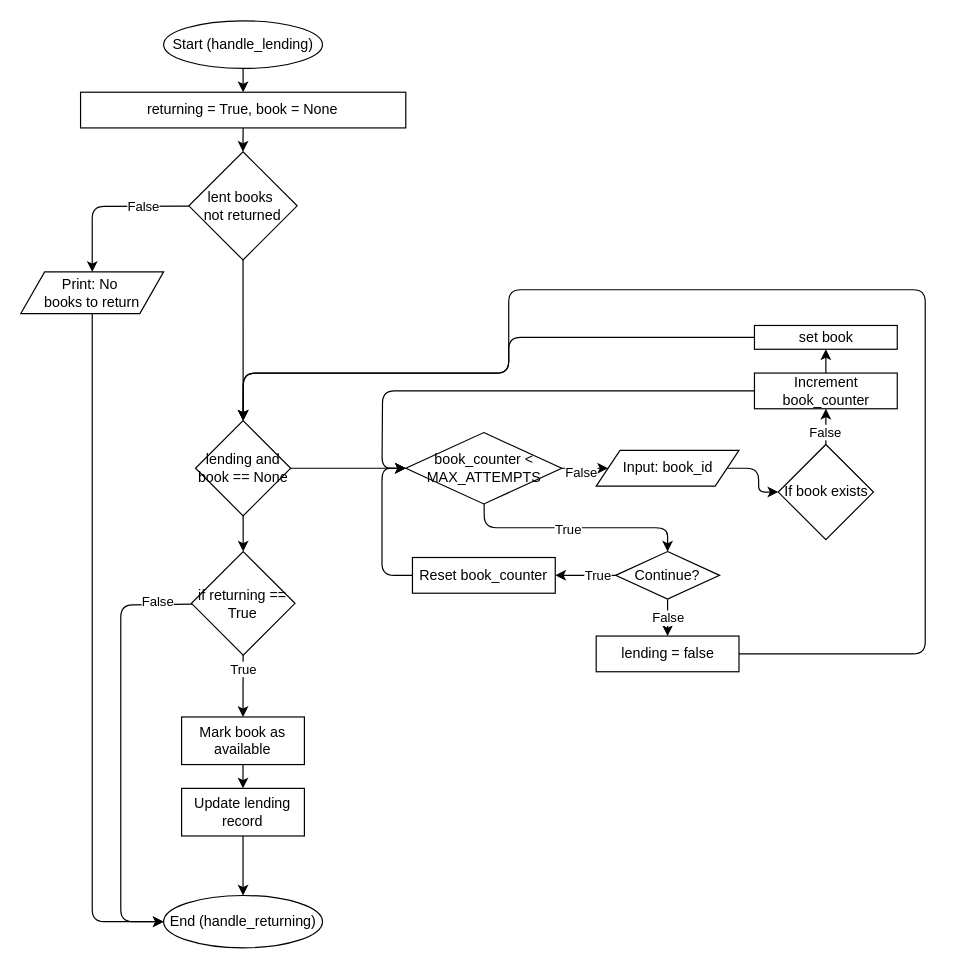
This is flowcharts/handle-returning.drawio from TSNMT727/LibrarySystem, a draw.io file, before an edit. Source tidied: cells renumbered, new cells numbered last; positions are measured from the earlier drawing's top-left corner, leaving out a move shared by most shapes. Both pictures are drawn from the tidied source at 119%, with x=0, y=0 at pixel (20, 20).
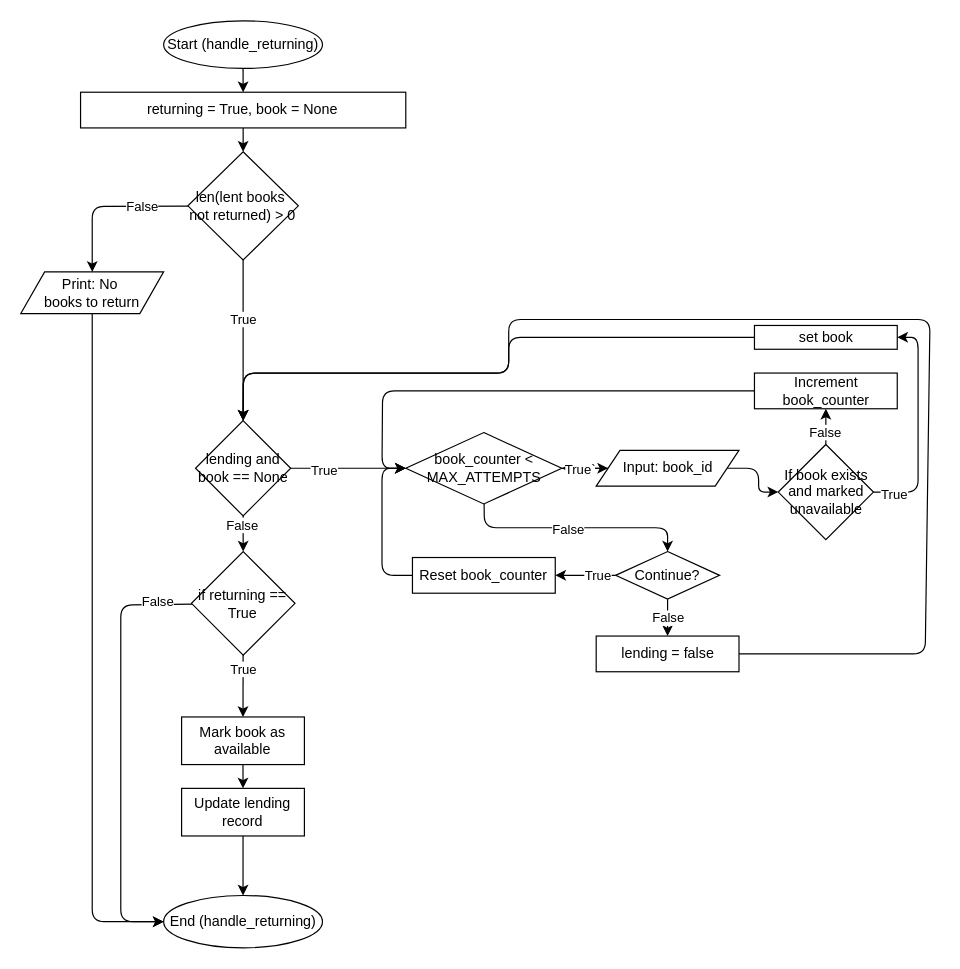
The same diagram, later.

Unchanged cells that the change refers to:
```xml
<mxCell id="9" value="Input: book_id" style="shape=parallelogram;perimeter=parallelogramPerimeter;whiteSpace=wrap;html=1;fixedSize=1;" parent="1" vertex="1">
  <mxGeometry x="483.5" y="361" width="120" height="30" as="geometry" />
</mxCell>
<mxCell id="12" style="edgeStyle=none;html=1;entryX=0;entryY=0.5;entryDx=0;entryDy=0;" parent="1" edge="1" source="16" target="9">
  <mxGeometry relative="1" as="geometry" />
</mxCell>
<mxCell id="14" style="edgeStyle=none;html=1;entryX=0.5;entryY=0;entryDx=0;entryDy=0;" parent="1" edge="1" source="16" target="38">
  <mxGeometry relative="1" as="geometry">
    <Array as="points">
      <mxPoint x="389.5" y="426" />
      <mxPoint x="543.5" y="426" />
    </Array>
  </mxGeometry>
</mxCell>
<mxCell id="16" value="book_counter &amp;lt; MAX_ATTEMPTS" style="rhombus;whiteSpace=wrap;html=1;" parent="1" vertex="1">
  <mxGeometry x="323.5" y="346" width="131.1" height="60" as="geometry" />
</mxCell>
<mxCell id="23" style="edgeStyle=none;html=1;entryX=0.5;entryY=0;entryDx=0;entryDy=0;" parent="1" edge="1" source="24" target="27">
  <mxGeometry relative="1" as="geometry" />
</mxCell>
<mxCell id="25" style="edgeStyle=none;html=1;entryX=0;entryY=0.5;entryDx=0;entryDy=0;" parent="1" edge="1" source="27" target="16">
  <mxGeometry relative="1" as="geometry" />
</mxCell>
<mxCell id="26" style="edgeStyle=none;html=1;" parent="1" edge="1" source="27" target="32">
  <mxGeometry relative="1" as="geometry" />
</mxCell>
<mxCell id="27" value="lending and book == None" style="rhombus;whiteSpace=wrap;html=1;" parent="1" vertex="1">
  <mxGeometry x="146.8" y="336" width="80" height="80" as="geometry" />
</mxCell>
<mxCell id="41" value="Increment book_counter" style="whiteSpace=wrap;html=1;" parent="1" vertex="1">
  <mxGeometry x="616.5" y="296" width="120" height="30" as="geometry" />
</mxCell>
<mxCell id="43" value="lending = false" style="whiteSpace=wrap;html=1;" parent="1" vertex="1">
  <mxGeometry x="483.5" y="517" width="120" height="30" as="geometry" />
</mxCell>
<mxCell id="45" value="set book" style="whiteSpace=wrap;html=1;" parent="1" vertex="1">
  <mxGeometry x="616.5" y="256" width="120" height="20" as="geometry" />
</mxCell>
```

Diff of the diagram source:
```diff
@@
-    <mxCell id="3" value="Start (handle_lending&lt;span style=&quot;background-color: transparent;&quot;&gt;)&lt;/span&gt;" style="ellipse;whiteSpace=wrap;html=1;" parent="1" vertex="1">
+    <mxCell id="3" value="Start (handle_returning&lt;span style=&quot;background-color: transparent;&quot;&gt;)&lt;/span&gt;" style="ellipse;whiteSpace=wrap;html=1;" parent="1" vertex="1">
       <mxGeometry x="120" width="133.5" height="40" as="geometry" />
     </mxCell>
@@
+    <mxCell id="66" style="edgeStyle=none;html=1;entryX=1;entryY=0.5;entryDx=0;entryDy=0;" parent="1" edge="1" source="7" target="45">
+      <mxGeometry relative="1" as="geometry">
+        <Array as="points">
+          <mxPoint x="754" y="396" />
+          <mxPoint x="754" y="266" />
+        </Array>
+      </mxGeometry>
+    </mxCell>
+    <mxCell id="67" value="True" style="edgeLabel;html=1;align=center;verticalAlign=middle;" parent="66" vertex="1">
+      <mxGeometry x="-0.82" y="-1" relative="1" as="geometry" />
+    </mxCell>
-    <mxCell id="7" value="If book exists" style="rhombus;whiteSpace=wrap;html=1;" parent="1" vertex="1">
+    <mxCell id="7" value="If book exists and marked unavailable" style="rhombus;whiteSpace=wrap;html=1;" parent="1" vertex="1">
       <mxGeometry x="636.5" y="356" width="80" height="80" as="geometry" />
     </mxCell>
@@
+    <mxCell id="68" style="edgeStyle=none;html=1;" parent="1" edge="1" source="9" target="16">
+      <mxGeometry relative="1" as="geometry" />
+    </mxCell>
@@
-    <mxCell id="13" value="False" style="edgeLabel;html=1;align=center;verticalAlign=middle;" parent="12" vertex="1">
-      <mxGeometry x="-0.19" y="-3" relative="1" as="geometry" />
+    <mxCell id="13" value="True`" style="edgeLabel;html=1;align=center;verticalAlign=middle;" parent="12" vertex="1">
+      <mxGeometry x="-0.19" y="-3" relative="1" as="geometry">
+        <mxPoint x="-1" y="-3" as="offset" />
+      </mxGeometry>
     </mxCell>
@@
-    <mxCell id="15" value="True" style="edgeLabel;html=1;align=center;verticalAlign=middle;" parent="14" vertex="1">
+    <mxCell id="15" value="False" style="edgeLabel;html=1;align=center;verticalAlign=middle;" parent="14" vertex="1">
       <mxGeometry x="-0.07" y="-1" relative="1" as="geometry" />
     </mxCell>
@@
+    <mxCell id="69" value="True" style="edgeLabel;html=1;align=center;verticalAlign=middle;" parent="23" vertex="1">
+      <mxGeometry x="-0.27" relative="1" as="geometry" />
+    </mxCell>
-    <mxCell id="24" value="lent books&amp;nbsp;&lt;div&gt;not returned&lt;/div&gt;" style="rhombus;whiteSpace=wrap;html=1;" parent="1" vertex="1">
-      <mxGeometry x="141.2" y="110" width="91" height="91" as="geometry" />
+    <mxCell id="24" value="len(lent books&amp;nbsp;&lt;div&gt;not returned) &amp;gt; 0&lt;/div&gt;" style="rhombus;whiteSpace=wrap;html=1;" parent="1" vertex="1">
+      <mxGeometry x="140.4" y="110" width="92.8" height="91" as="geometry" />
     </mxCell>
@@
+    <mxCell id="70" value="True" style="edgeLabel;html=1;align=center;verticalAlign=middle;" parent="25" vertex="1">
+      <mxGeometry x="-0.42" y="-1" relative="1" as="geometry" />
+    </mxCell>
@@
+    <mxCell id="71" value="False" style="edgeLabel;html=1;align=center;verticalAlign=middle;" parent="26" vertex="1">
+      <mxGeometry x="-0.49" y="-1" relative="1" as="geometry" />
+    </mxCell>
@@
-    <mxCell id="40" style="edgeStyle=none;html=1;entryX=0.5;entryY=1;entryDx=0;entryDy=0;" parent="1" edge="1" source="41" target="45">
-      <mxGeometry relative="1" as="geometry" />
-    </mxCell>
@@
     <mxCell id="42" style="edgeStyle=none;html=1;exitX=1;exitY=0.5;exitDx=0;exitDy=0;entryX=0.5;entryY=0;entryDx=0;entryDy=0;" parent="1" edge="1" source="43" target="27">
       <mxGeometry relative="1" as="geometry">
         <Array as="points">
           <mxPoint x="760" y="532" />
-          <mxPoint x="760" y="226" />
-          <mxPoint x="410" y="226" />
+          <mxPoint x="764" y="251" />
+          <mxPoint x="410" y="251" />
           <mxPoint x="410" y="296" />
           <mxPoint x="187" y="296" />
         </Array>
       </mxGeometry>
     </mxCell>
```
